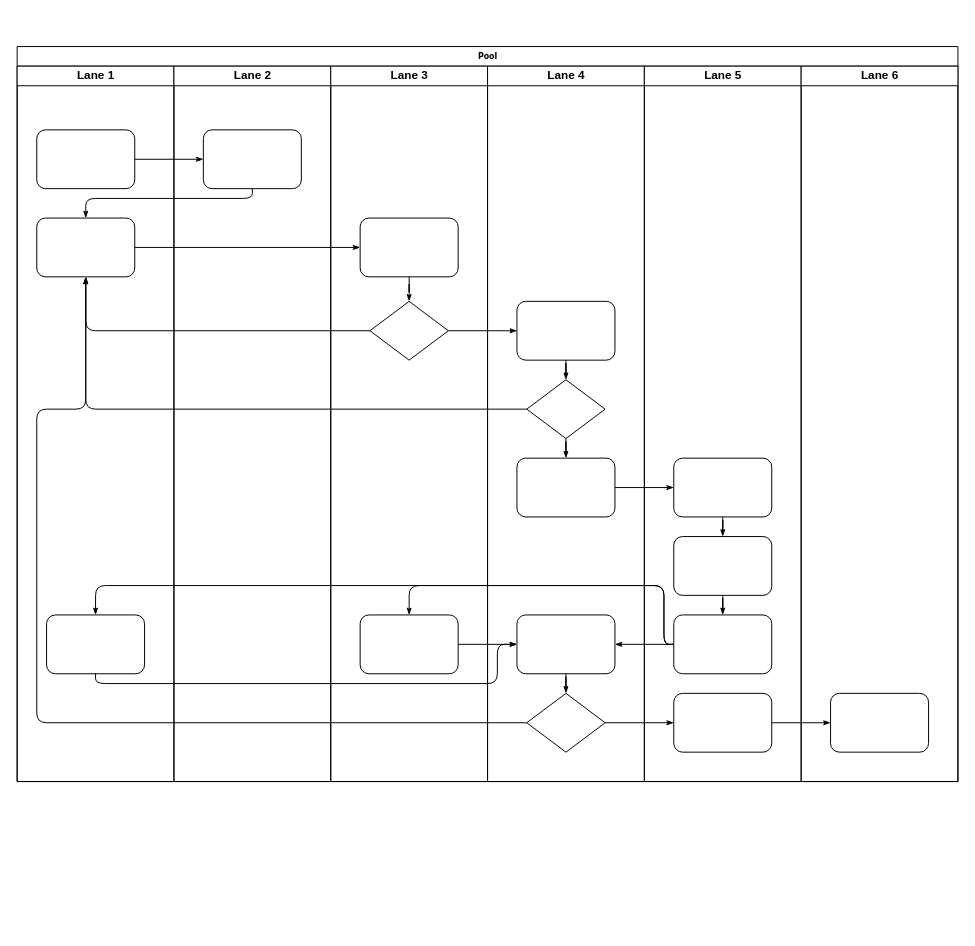
JaRoChuaskii/CarSalute keeps this draw.io diagram as Untitled Diagram.drawio. Above is the earlier version. Source tidied: cells renumbered, new cells numbered last; positions are measured from the earlier drawing's top-left corner, leaving out a move shared by most shapes. Both pictures are drawn from the tidied source at 98%, with x=0, y=0 at pixel (17, 46).
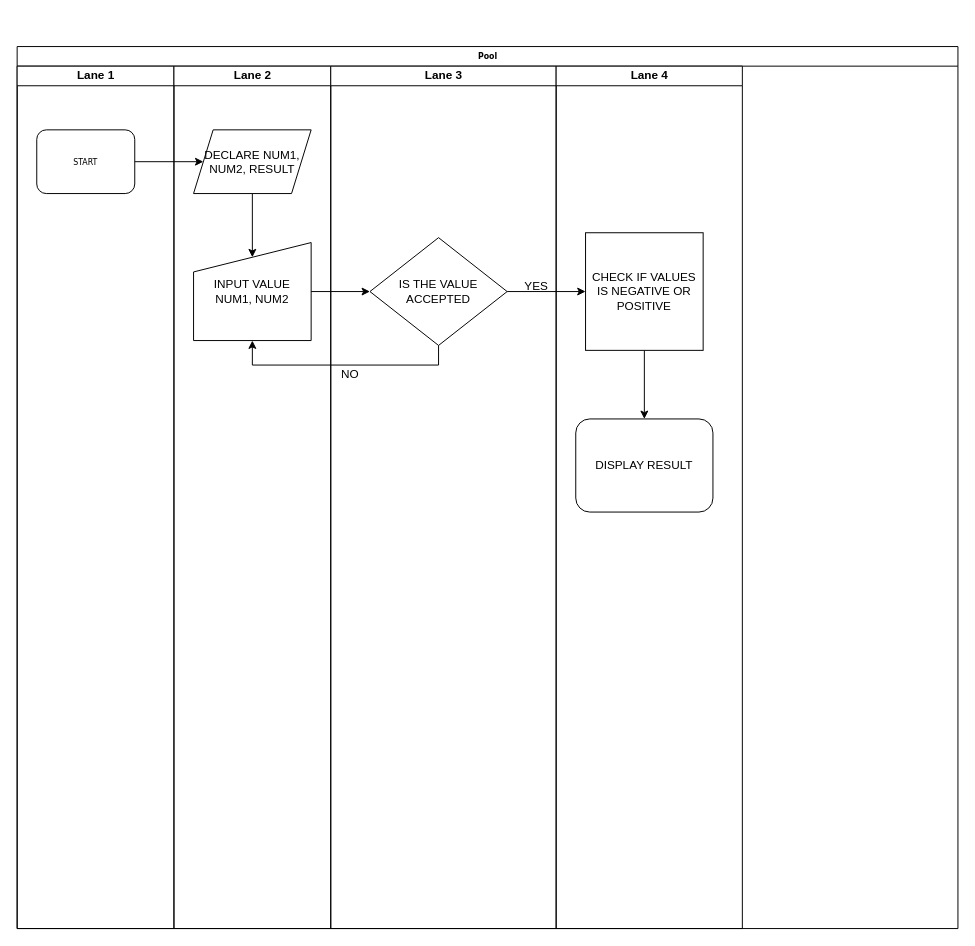
After the change.

Diff of the diagram source:
```diff
@@
     <mxCell id="2" value="Pool" style="swimlane;html=1;startSize=20;rounded=0;shadow=0;labelBackgroundColor=none;strokeWidth=1;fontFamily=Verdana;fontSize=8;align=center;" parent="1" vertex="1">
-      <mxGeometry width="960" height="750" as="geometry" />
+      <mxGeometry width="960" height="900" as="geometry" />
     </mxCell>
     <mxCell id="3" value="Lane 1" style="swimlane;html=1;startSize=20;" parent="2" vertex="1">
-      <mxGeometry y="20" width="160" height="730" as="geometry" />
+      <mxGeometry y="20" width="160" height="880" as="geometry" />
     </mxCell>
-    <mxCell id="4" style="rounded=1;whiteSpace=wrap;html=1;shadow=0;labelBackgroundColor=none;strokeWidth=1;fontFamily=Verdana;fontSize=8;align=center;" parent="3" vertex="1">
-      <mxGeometry x="20" y="65" width="100" height="60" as="geometry" />
+    <mxCell id="4" value="START" style="rounded=1;whiteSpace=wrap;html=1;shadow=0;labelBackgroundColor=none;strokeWidth=1;fontFamily=Verdana;fontSize=8;align=center;" parent="3" vertex="1">
+      <mxGeometry x="20" y="65" width="100" height="65" as="geometry" />
     </mxCell>
-    <mxCell id="5" style="rounded=1;whiteSpace=wrap;html=1;shadow=0;labelBackgroundColor=none;strokeWidth=1;fontFamily=Verdana;fontSize=8;align=center;" parent="3" vertex="1">
-      <mxGeometry x="20" y="155" width="100" height="60" as="geometry" />
-    </mxCell>
-    <mxCell id="6" style="rounded=1;whiteSpace=wrap;html=1;shadow=0;labelBackgroundColor=none;strokeWidth=1;fontFamily=Verdana;fontSize=8;align=center;" parent="3" vertex="1">
-      <mxGeometry x="30" y="560" width="100" height="60" as="geometry" />
-    </mxCell>
-    <mxCell id="7" style="edgeStyle=orthogonalEdgeStyle;rounded=1;html=1;labelBackgroundColor=none;startArrow=none;startFill=0;startSize=5;endArrow=classicThin;endFill=1;endSize=5;jettySize=auto;strokeWidth=1;fontFamily=Verdana;fontSize=8;" parent="2" edge="1" source="4" target="23">
-      <mxGeometry relative="1" as="geometry" />
-    </mxCell>
-    <mxCell id="8" style="edgeStyle=orthogonalEdgeStyle;rounded=1;html=1;labelBackgroundColor=none;startArrow=none;startFill=0;startSize=5;endArrow=classicThin;endFill=1;endSize=5;jettySize=auto;strokeWidth=1;fontFamily=Verdana;fontSize=8;" parent="2" edge="1" source="23" target="5">
-      <mxGeometry relative="1" as="geometry">
-        <Array as="points">
-          <mxPoint x="240" y="155" />
-          <mxPoint x="70" y="155" />
-        </Array>
-      </mxGeometry>
-    </mxCell>
-    <mxCell id="9" style="edgeStyle=orthogonalEdgeStyle;rounded=1;html=1;labelBackgroundColor=none;startArrow=none;startFill=0;startSize=5;endArrow=classicThin;endFill=1;endSize=5;jettySize=auto;strokeWidth=1;fontFamily=Verdana;fontSize=8;" parent="2" edge="1" source="5" target="25">
-      <mxGeometry relative="1" as="geometry" />
-    </mxCell>
-    <mxCell id="10" style="edgeStyle=orthogonalEdgeStyle;rounded=1;html=1;labelBackgroundColor=none;startArrow=none;startFill=0;startSize=5;endArrow=classicThin;endFill=1;endSize=5;jettySize=auto;strokeWidth=1;fontFamily=Verdana;fontSize=8;" parent="2" edge="1" source="26" target="5">
-      <mxGeometry relative="1" as="geometry" />
-    </mxCell>
-    <mxCell id="11" style="edgeStyle=orthogonalEdgeStyle;rounded=1;html=1;labelBackgroundColor=none;startArrow=none;startFill=0;startSize=5;endArrow=classicThin;endFill=1;endSize=5;jettySize=auto;strokeWidth=1;fontFamily=Verdana;fontSize=8;" parent="2" edge="1" source="31" target="5">
-      <mxGeometry relative="1" as="geometry" />
-    </mxCell>
-    <mxCell id="12" style="edgeStyle=orthogonalEdgeStyle;rounded=1;html=1;labelBackgroundColor=none;startArrow=none;startFill=0;startSize=5;endArrow=classicThin;endFill=1;endSize=5;jettySize=auto;strokeWidth=1;fontFamily=Verdana;fontSize=8;" parent="2" edge="1" source="34" target="5">
-      <mxGeometry relative="1" as="geometry">
-        <Array as="points">
-          <mxPoint x="20" y="690" />
-          <mxPoint x="20" y="370" />
-          <mxPoint x="70" y="370" />
-        </Array>
-      </mxGeometry>
-    </mxCell>
-    <mxCell id="13" style="edgeStyle=orthogonalEdgeStyle;rounded=1;html=1;labelBackgroundColor=none;startArrow=none;startFill=0;startSize=5;endArrow=classicThin;endFill=1;endSize=5;jettySize=auto;strokeWidth=1;fontFamily=Verdana;fontSize=8;" parent="2" edge="1" source="26" target="30">
-      <mxGeometry relative="1" as="geometry" />
-    </mxCell>
-    <mxCell id="14" style="edgeStyle=orthogonalEdgeStyle;rounded=1;html=1;labelBackgroundColor=none;startArrow=none;startFill=0;startSize=5;endArrow=classicThin;endFill=1;endSize=5;jettySize=auto;strokeWidth=1;fontFamily=Verdana;fontSize=8;" parent="2" edge="1" source="34" target="42">
-      <mxGeometry relative="1" as="geometry" />
-    </mxCell>
-    <mxCell id="15" style="edgeStyle=orthogonalEdgeStyle;rounded=1;html=1;labelBackgroundColor=none;startArrow=none;startFill=0;startSize=5;endArrow=classicThin;endFill=1;endSize=5;jettySize=auto;strokeWidth=1;fontFamily=Verdana;fontSize=8;" parent="2" edge="1" source="42" target="46">
-      <mxGeometry relative="1" as="geometry" />
-    </mxCell>
-    <mxCell id="16" style="edgeStyle=orthogonalEdgeStyle;rounded=1;html=1;labelBackgroundColor=none;startArrow=none;startFill=0;startSize=5;endArrow=classicThin;endFill=1;endSize=5;jettySize=auto;strokeWidth=1;fontFamily=Verdana;fontSize=8;" parent="2" edge="1" source="32" target="39">
-      <mxGeometry relative="1" as="geometry" />
-    </mxCell>
-    <mxCell id="17" style="edgeStyle=orthogonalEdgeStyle;rounded=1;html=1;labelBackgroundColor=none;startArrow=none;startFill=0;startSize=5;endArrow=classicThin;endFill=1;endSize=5;jettySize=auto;strokeWidth=1;fontFamily=Verdana;fontSize=8;" parent="2" edge="1" source="41" target="27">
-      <mxGeometry relative="1" as="geometry">
-        <Array as="points">
-          <mxPoint x="660" y="610" />
-          <mxPoint x="660" y="550" />
-          <mxPoint x="400" y="550" />
-        </Array>
-      </mxGeometry>
-    </mxCell>
-    <mxCell id="18" style="edgeStyle=orthogonalEdgeStyle;rounded=1;html=1;labelBackgroundColor=none;startArrow=none;startFill=0;startSize=5;endArrow=classicThin;endFill=1;endSize=5;jettySize=auto;strokeColor=#000000;strokeWidth=1;fontFamily=Verdana;fontSize=8;fontColor=#000000;" parent="2" edge="1" source="41" target="33">
-      <mxGeometry relative="1" as="geometry" />
-    </mxCell>
-    <mxCell id="19" style="edgeStyle=orthogonalEdgeStyle;rounded=1;html=1;labelBackgroundColor=none;startArrow=none;startFill=0;startSize=5;endArrow=classicThin;endFill=1;endSize=5;jettySize=auto;strokeWidth=1;fontFamily=Verdana;fontSize=8;" parent="2" edge="1" source="41" target="6">
-      <mxGeometry relative="1" as="geometry">
-        <Array as="points">
-          <mxPoint x="660" y="610" />
-          <mxPoint x="660" y="550" />
-          <mxPoint x="80" y="550" />
-        </Array>
-      </mxGeometry>
-    </mxCell>
-    <mxCell id="20" style="edgeStyle=orthogonalEdgeStyle;rounded=1;html=1;labelBackgroundColor=none;startArrow=none;startFill=0;startSize=5;endArrow=classicThin;endFill=1;endSize=5;jettySize=auto;strokeWidth=1;fontFamily=Verdana;fontSize=8;" parent="2" edge="1" source="6" target="33">
-      <mxGeometry relative="1" as="geometry">
-        <Array as="points">
-          <mxPoint x="80" y="650" />
-          <mxPoint x="490" y="650" />
-          <mxPoint x="490" y="610" />
-        </Array>
-      </mxGeometry>
-    </mxCell>
-    <mxCell id="21" style="edgeStyle=orthogonalEdgeStyle;rounded=1;html=1;labelBackgroundColor=none;startArrow=none;startFill=0;startSize=5;endArrow=classicThin;endFill=1;endSize=5;jettySize=auto;strokeWidth=1;fontFamily=Verdana;fontSize=8;" parent="2" edge="1" source="27" target="33">
-      <mxGeometry relative="1" as="geometry" />
-    </mxCell>
     <mxCell id="22" value="Lane 2" style="swimlane;html=1;startSize=20;" parent="2" vertex="1">
-      <mxGeometry x="160" y="20" width="160" height="730" as="geometry" />
+      <mxGeometry x="160" y="20" width="160" height="880" as="geometry" />
     </mxCell>
-    <mxCell id="23" style="rounded=1;whiteSpace=wrap;html=1;shadow=0;labelBackgroundColor=none;strokeWidth=1;fontFamily=Verdana;fontSize=8;align=center;" parent="22" vertex="1">
-      <mxGeometry x="30" y="65" width="100" height="60" as="geometry" />
-    </mxCell>
+    <mxCell id="47" style="edgeStyle=orthogonalEdgeStyle;rounded=0;jettySize=auto;html=1;entryX=0.5;entryY=0.15;entryDx=0;entryDy=0;entryPerimeter=0;" parent="22" edge="1" source="48" target="49">
+      <mxGeometry relative="1" as="geometry" />
+    </mxCell>
+    <mxCell id="48" value="DECLARE NUM1, NUM2, RESULT" style="shape=parallelogram;perimeter=parallelogramPerimeter;whiteSpace=wrap;html=1;fixedSize=1;" parent="22" vertex="1">
+      <mxGeometry x="20" y="65" width="120" height="65" as="geometry" />
+    </mxCell>
+    <mxCell id="49" value="INPUT VALUE NUM1, NUM2" style="shape=manualInput;whiteSpace=wrap;html=1;" parent="22" vertex="1">
+      <mxGeometry x="20" y="180" width="120" height="100" as="geometry" />
+    </mxCell>
     <mxCell id="24" value="Lane 3" style="swimlane;html=1;startSize=20;" parent="2" vertex="1">
-      <mxGeometry x="320" y="20" width="160" height="730" as="geometry" />
+      <mxGeometry x="320" y="20" width="230" height="880" as="geometry" />
     </mxCell>
-    <mxCell id="25" style="rounded=1;whiteSpace=wrap;html=1;shadow=0;labelBackgroundColor=none;strokeWidth=1;fontFamily=Verdana;fontSize=8;align=center;" parent="24" vertex="1">
-      <mxGeometry x="30" y="155" width="100" height="60" as="geometry" />
-    </mxCell>
-    <mxCell id="26" style="rhombus;whiteSpace=wrap;html=1;rounded=0;shadow=0;labelBackgroundColor=none;strokeWidth=1;fontFamily=Verdana;fontSize=8;align=center;" parent="24" vertex="1">
-      <mxGeometry x="40" y="240" width="80" height="60" as="geometry" />
-    </mxCell>
-    <mxCell id="27" style="rounded=1;whiteSpace=wrap;html=1;shadow=0;labelBackgroundColor=none;strokeWidth=1;fontFamily=Verdana;fontSize=8;align=center;" parent="24" vertex="1">
-      <mxGeometry x="30" y="560" width="100" height="60" as="geometry" />
-    </mxCell>
-    <mxCell id="28" style="edgeStyle=orthogonalEdgeStyle;rounded=1;html=1;labelBackgroundColor=none;startArrow=none;startFill=0;startSize=5;endArrow=classicThin;endFill=1;endSize=5;jettySize=auto;strokeWidth=1;fontFamily=Verdana;fontSize=8;" parent="24" edge="1" source="25" target="26">
-      <mxGeometry relative="1" as="geometry" />
-    </mxCell>
-    <mxCell id="29" value="Lane 4" style="swimlane;html=1;startSize=20;" parent="2" vertex="1">
-      <mxGeometry x="480" y="20" width="160" height="730" as="geometry" />
-    </mxCell>
-    <mxCell id="30" style="rounded=1;whiteSpace=wrap;html=1;shadow=0;labelBackgroundColor=none;strokeWidth=1;fontFamily=Verdana;fontSize=8;align=center;" parent="29" vertex="1">
-      <mxGeometry x="30" y="240" width="100" height="60" as="geometry" />
-    </mxCell>
-    <mxCell id="31" style="rhombus;whiteSpace=wrap;html=1;rounded=0;shadow=0;labelBackgroundColor=none;strokeWidth=1;fontFamily=Verdana;fontSize=8;align=center;" parent="29" vertex="1">
-      <mxGeometry x="40" y="320" width="80" height="60" as="geometry" />
-    </mxCell>
-    <mxCell id="32" style="rounded=1;whiteSpace=wrap;html=1;shadow=0;labelBackgroundColor=none;strokeWidth=1;fontFamily=Verdana;fontSize=8;align=center;" parent="29" vertex="1">
-      <mxGeometry x="30" y="400" width="100" height="60" as="geometry" />
-    </mxCell>
-    <mxCell id="33" style="rounded=1;whiteSpace=wrap;html=1;shadow=0;labelBackgroundColor=none;strokeWidth=1;fontFamily=Verdana;fontSize=8;align=center;" parent="29" vertex="1">
-      <mxGeometry x="30" y="560" width="100" height="60" as="geometry" />
-    </mxCell>
-    <mxCell id="34" style="rhombus;whiteSpace=wrap;html=1;rounded=0;shadow=0;labelBackgroundColor=none;strokeWidth=1;fontFamily=Verdana;fontSize=8;align=center;" parent="29" vertex="1">
-      <mxGeometry x="40" y="640" width="80" height="60" as="geometry" />
-    </mxCell>
-    <mxCell id="35" style="edgeStyle=orthogonalEdgeStyle;rounded=1;html=1;labelBackgroundColor=none;startArrow=none;startFill=0;startSize=5;endArrow=classicThin;endFill=1;endSize=5;jettySize=auto;strokeColor=#000000;strokeWidth=1;fontFamily=Verdana;fontSize=8;fontColor=#000000;" parent="29" edge="1" source="30" target="31">
-      <mxGeometry relative="1" as="geometry" />
-    </mxCell>
-    <mxCell id="36" style="edgeStyle=orthogonalEdgeStyle;rounded=1;html=1;labelBackgroundColor=none;startArrow=none;startFill=0;startSize=5;endArrow=classicThin;endFill=1;endSize=5;jettySize=auto;strokeWidth=1;fontFamily=Verdana;fontSize=8;" parent="29" edge="1" source="31" target="32">
-      <mxGeometry relative="1" as="geometry" />
-    </mxCell>
-    <mxCell id="37" style="edgeStyle=orthogonalEdgeStyle;rounded=1;html=1;labelBackgroundColor=none;startArrow=none;startFill=0;startSize=5;endArrow=classicThin;endFill=1;endSize=5;jettySize=auto;strokeWidth=1;fontFamily=Verdana;fontSize=8;" parent="29" edge="1" source="33" target="34">
-      <mxGeometry relative="1" as="geometry" />
-    </mxCell>
-    <mxCell id="38" value="Lane 5" style="swimlane;html=1;startSize=20;" parent="2" vertex="1">
-      <mxGeometry x="640" y="20" width="160" height="730" as="geometry" />
-    </mxCell>
-    <mxCell id="39" style="rounded=1;whiteSpace=wrap;html=1;shadow=0;labelBackgroundColor=none;strokeWidth=1;fontFamily=Verdana;fontSize=8;align=center;" parent="38" vertex="1">
-      <mxGeometry x="30" y="400" width="100" height="60" as="geometry" />
-    </mxCell>
-    <mxCell id="40" style="rounded=1;whiteSpace=wrap;html=1;shadow=0;labelBackgroundColor=none;strokeWidth=1;fontFamily=Verdana;fontSize=8;align=center;" parent="38" vertex="1">
-      <mxGeometry x="30" y="480" width="100" height="60" as="geometry" />
-    </mxCell>
-    <mxCell id="41" style="rounded=1;whiteSpace=wrap;html=1;shadow=0;labelBackgroundColor=none;strokeWidth=1;fontFamily=Verdana;fontSize=8;align=center;" parent="38" vertex="1">
-      <mxGeometry x="30" y="560" width="100" height="60" as="geometry" />
-    </mxCell>
-    <mxCell id="42" style="rounded=1;whiteSpace=wrap;html=1;shadow=0;labelBackgroundColor=none;strokeWidth=1;fontFamily=Verdana;fontSize=8;align=center;" parent="38" vertex="1">
-      <mxGeometry x="30" y="640" width="100" height="60" as="geometry" />
-    </mxCell>
-    <mxCell id="43" style="edgeStyle=orthogonalEdgeStyle;rounded=1;html=1;labelBackgroundColor=none;startArrow=none;startFill=0;startSize=5;endArrow=classicThin;endFill=1;endSize=5;jettySize=auto;strokeWidth=1;fontFamily=Verdana;fontSize=8;" parent="38" edge="1" source="39" target="40">
-      <mxGeometry relative="1" as="geometry" />
-    </mxCell>
-    <mxCell id="44" style="edgeStyle=orthogonalEdgeStyle;rounded=1;html=1;labelBackgroundColor=none;startArrow=none;startFill=0;startSize=5;endArrow=classicThin;endFill=1;endSize=5;jettySize=auto;strokeWidth=1;fontFamily=Verdana;fontSize=8;" parent="38" edge="1" source="40" target="41">
-      <mxGeometry relative="1" as="geometry" />
-    </mxCell>
+    <mxCell id="50" value="IS THE VALUE ACCEPTED" style="rhombus;whiteSpace=wrap;html=1;" parent="24" vertex="1">
+      <mxGeometry x="40" y="175" width="140" height="110" as="geometry" />
+    </mxCell>
+    <mxCell id="51" value="YES" style="text;html=1;strokeColor=none;fillColor=none;align=center;verticalAlign=middle;whiteSpace=wrap;rounded=0;" parent="24" vertex="1">
+      <mxGeometry x="170" y="210" width="80" height="30" as="geometry" />
+    </mxCell>
+    <mxCell id="52" value="NO" style="text;html=1;strokeColor=none;fillColor=none;align=center;verticalAlign=middle;whiteSpace=wrap;rounded=0;" parent="24" vertex="1">
+      <mxGeometry x="-10" y="-50" width="60" height="730" as="geometry" />
+    </mxCell>
-    <mxCell id="45" value="Lane 6" style="swimlane;html=1;startSize=20;" parent="2" vertex="1">
-      <mxGeometry x="800" y="20" width="160" height="730" as="geometry" />
+    <mxCell id="45" value="Lane 4" style="swimlane;html=1;startSize=20;" parent="2" vertex="1">
+      <mxGeometry x="550" y="20" width="190" height="880" as="geometry" />
     </mxCell>
-    <mxCell id="46" style="rounded=1;whiteSpace=wrap;html=1;shadow=0;labelBackgroundColor=none;strokeWidth=1;fontFamily=Verdana;fontSize=8;align=center;" parent="45" vertex="1">
-      <mxGeometry x="30" y="640" width="100" height="60" as="geometry" />
-    </mxCell>
+    <mxCell id="53" style="edgeStyle=orthogonalEdgeStyle;rounded=0;jettySize=auto;html=1;" parent="45" edge="1" source="54" target="55">
+      <mxGeometry relative="1" as="geometry" />
+    </mxCell>
+    <mxCell id="54" value="CHECK IF VALUES IS NEGATIVE OR POSITIVE" style="whiteSpace=wrap;html=1;" parent="45" vertex="1">
+      <mxGeometry x="30" y="170" width="120" height="120" as="geometry" />
+    </mxCell>
+    <mxCell id="55" value="DISPLAY RESULT" style="rounded=1;whiteSpace=wrap;html=1;" parent="45" vertex="1">
+      <mxGeometry x="20" y="360" width="140" height="95" as="geometry" />
+    </mxCell>
+    <mxCell id="56" style="edgeStyle=orthogonalEdgeStyle;rounded=0;jettySize=auto;html=1;" parent="2" edge="1" source="4" target="48">
+      <mxGeometry relative="1" as="geometry" />
+    </mxCell>
+    <mxCell id="57" style="edgeStyle=orthogonalEdgeStyle;rounded=0;jettySize=auto;html=1;exitX=1;exitY=0.5;exitDx=0;exitDy=0;entryX=0;entryY=0.5;entryDx=0;entryDy=0;" parent="2" edge="1" source="50" target="54">
+      <mxGeometry relative="1" as="geometry" />
+    </mxCell>
+    <mxCell id="58" style="edgeStyle=orthogonalEdgeStyle;rounded=0;jettySize=auto;html=1;" parent="2" edge="1" source="49" target="50">
+      <mxGeometry relative="1" as="geometry" />
+    </mxCell>
+    <mxCell id="59" style="edgeStyle=orthogonalEdgeStyle;rounded=0;jettySize=auto;html=1;entryX=0.5;entryY=1;entryDx=0;entryDy=0;exitX=0.5;exitY=1;exitDx=0;exitDy=0;" parent="2" edge="1" source="50" target="49">
+      <mxGeometry relative="1" as="geometry" />
+    </mxCell>
```
